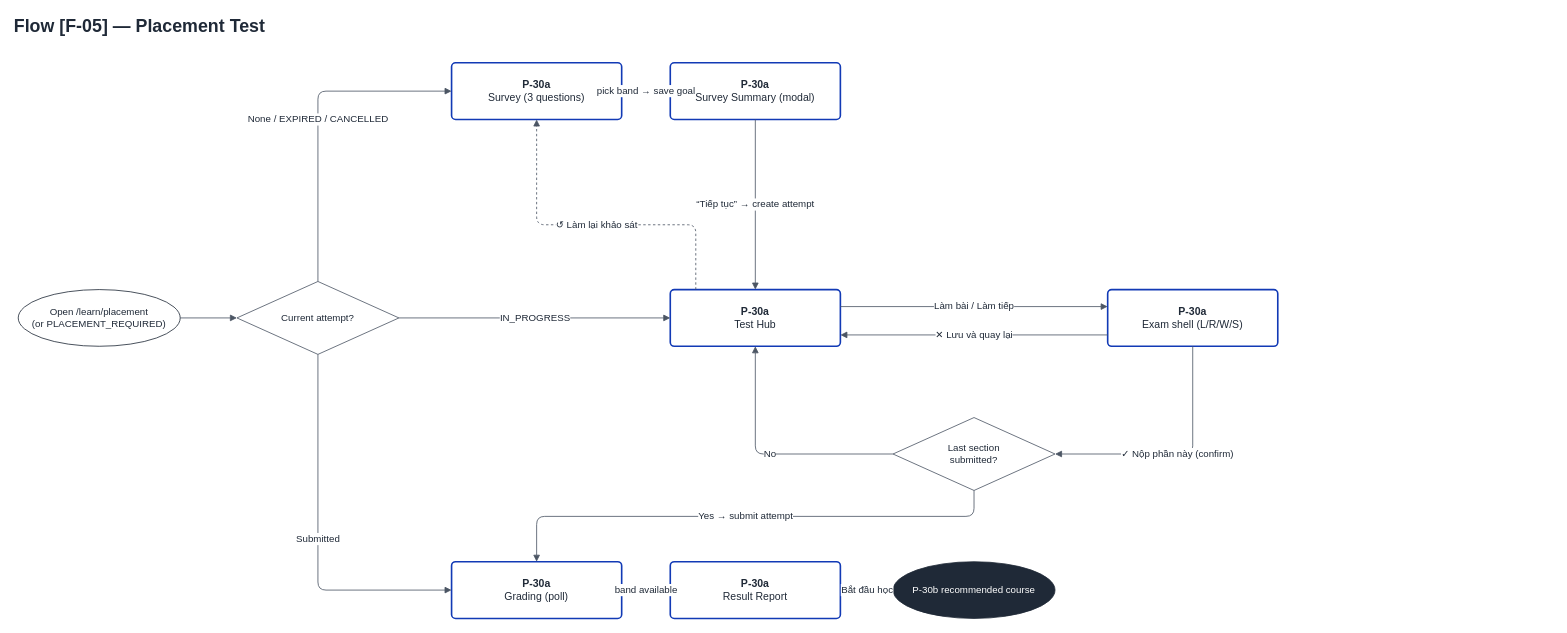
Before: page "F-05 / Placement Test" (5 of 5) of capstone-docs/rp_3.2_screen_design_spec/diagrams/flows/IELTSSpace_SDS_Flows.drawio in IeltsPath-Platform/backend, a draw.io diagram. Source tidied: cells renumbered, new cells numbered last; positions are measured from the earlier drawing's top-left corner, leaving out a move shared by most shapes. Both pictures are drawn from the tidied source at 81%, with x=0, y=0 at pixel (14, 14).
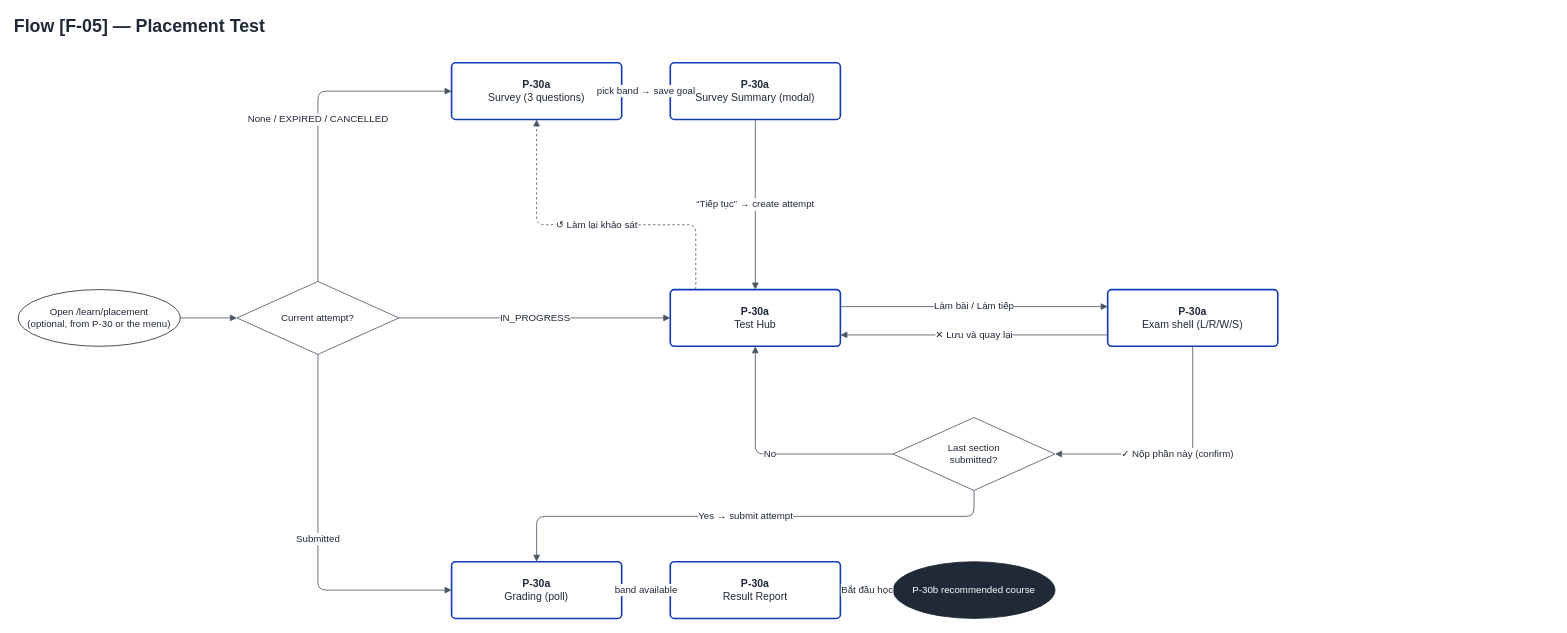
Above is the later version.

What changed in the source:
```diff
@@
-    <mxCell id="3" value="Open /learn/placement&lt;br&gt;(or PLACEMENT_REQUIRED)" style="ellipse;whiteSpace=wrap;html=1;fillColor=#FFFFFF;strokeColor=#1F2937;fontFamily=Arial;fontSize=12;fontColor=#1F2937;" parent="1" vertex="1">
+    <mxCell id="3" value="Open /learn/placement&lt;br&gt;(optional, from P-30 or the menu)" style="ellipse;whiteSpace=wrap;html=1;fillColor=#FFFFFF;strokeColor=#1F2937;fontFamily=Arial;fontSize=12;fontColor=#1F2937;" parent="1" vertex="1">
       <mxGeometry x="5" y="340" width="200" height="70" as="geometry" />
     </mxCell>
```
